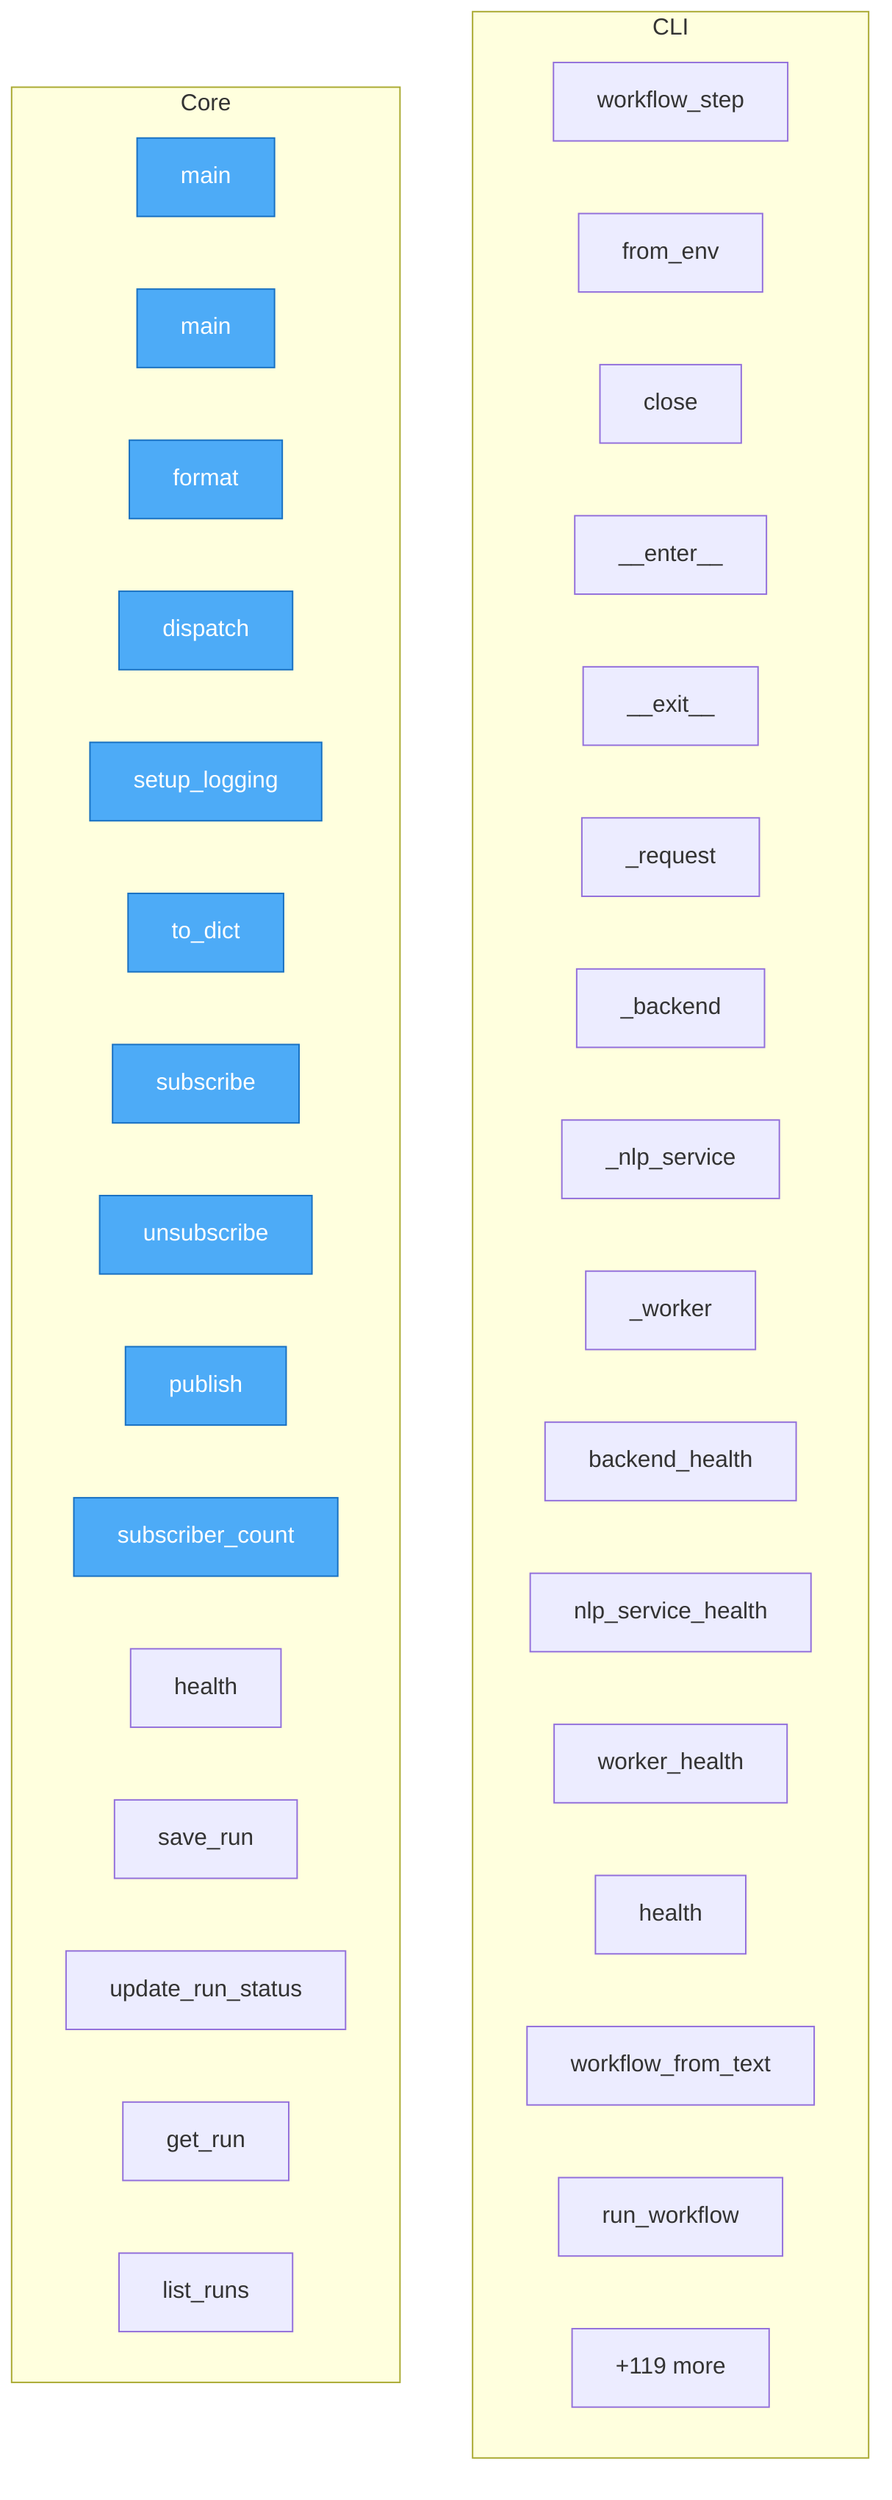
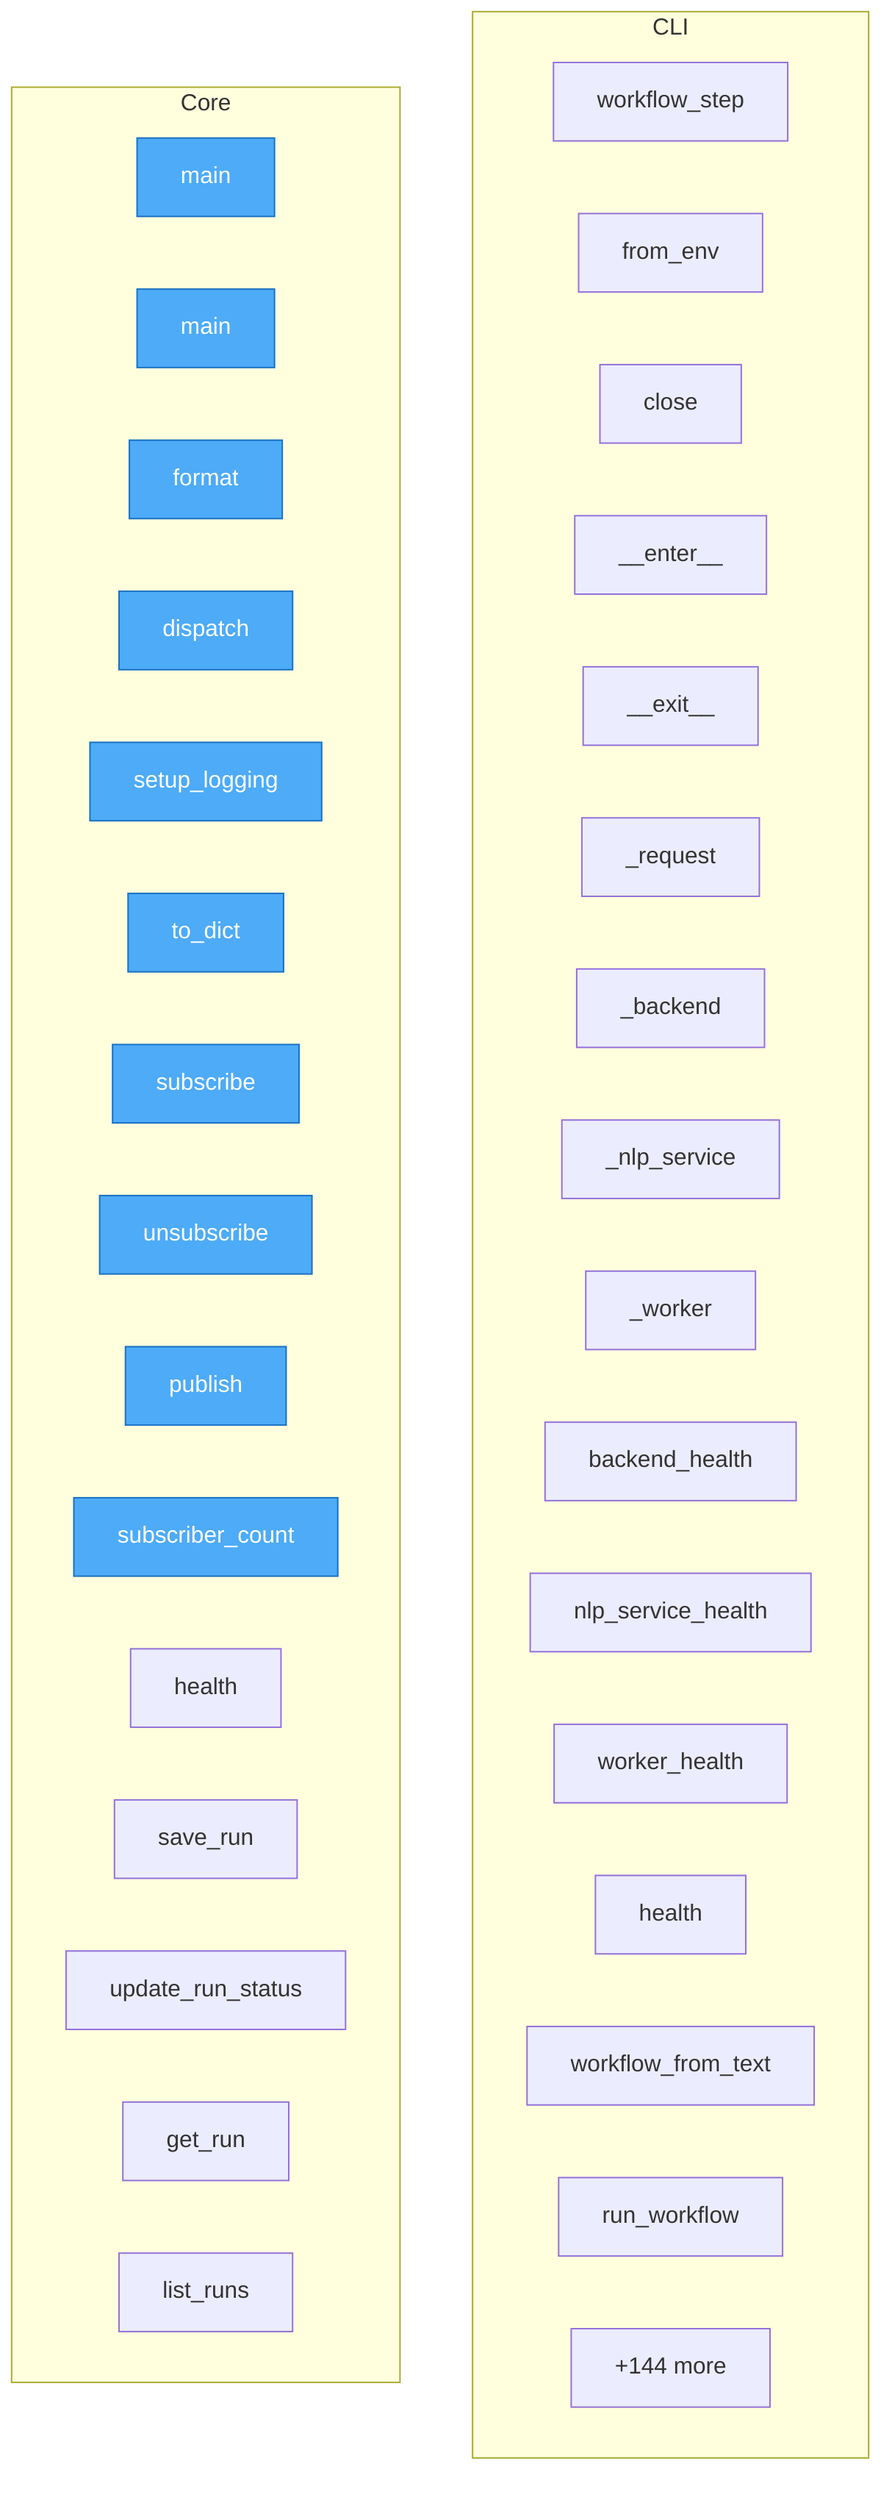
flowchart TD
- %% generated in 0.01s
+ %% generated in 0.03s

    %% Entry points (blue)
    classDef entry fill:#4dabf7,stroke:#1971c2,color:#fff

    subgraph CLI
        nlp2dsl_sdk__client__workflow_step["workflow_step"]
        nlp2dsl_sdk__client__NLP2DSLClient__from_env["from_env"]
        nlp2dsl_sdk__client__NLP2DSLClient__close["close"]
        nlp2dsl_sdk__client__NLP2DSLClient____enter__["__enter__"]
        nlp2dsl_sdk__client__NLP2DSLClient____exit__["__exit__"]
        nlp2dsl_sdk__client__NLP2DSLClient___request["_request"]
        nlp2dsl_sdk__client__NLP2DSLClient___backend["_backend"]
        nlp2dsl_sdk__client__NLP2DSLClient___nlp_service["_nlp_service"]
        nlp2dsl_sdk__client__NLP2DSLClient___worker["_worker"]
        nlp2dsl_sdk__client__NLP2DSLClient__backend_health["backend_health"]
        nlp2dsl_sdk__client__NLP2DSLClient__nlp_service_health["nlp_service_health"]
        nlp2dsl_sdk__client__NLP2DSLClient__worker_health["worker_health"]
        nlp2dsl_sdk__client__NLP2DSLClient__health["health"]
        nlp2dsl_sdk__client__NLP2DSLClient__workflow_from_text["workflow_from_text"]
        nlp2dsl_sdk__client__NLP2DSLClient__run_workflow["run_workflow"]
        ...["+34 more"]
    end

    subgraph Core
        tauri_wrapper__src_tauri__build__main["main"]
        tauri_wrapper__src_tauri__src__main__main["main"]
        backend__app__logging_setup__JSONFormatter__format["format"]
        backend__app__logging_setup__RequestIDMiddleware__dispatch["dispatch"]
        backend__app__logging_setup__setup_logging["setup_logging"]
        backend__app__workflow_events__WorkflowEvent__to_dict["to_dict"]
        backend__app__workflow_events__WorkflowEventHub__subscribe["subscribe"]
        backend__app__workflow_events__WorkflowEventHub__unsubscribe["unsubscribe"]
        backend__app__workflow_events__WorkflowEventHub__publish["publish"]
        backend__app__workflow_events__WorkflowEventHub__subscriber_count["subscriber_count"]
        backend__app__main__health["health"]
        backend__app__db__memory__MemoryWorkflowRepo__save_run["save_run"]
        backend__app__db__memory__MemoryWorkflowRepo__update_run_status["update_run_status"]
        backend__app__db__memory__MemoryWorkflowRepo__get_run["get_run"]
        backend__app__db__memory__MemoryWorkflowRepo__list_runs["list_runs"]
-         ...["+119 more"]
+         ...["+144 more"]
    end

    class tauri_wrapper__src_tauri__build__main,tauri_wrapper__src_tauri__src__main__main,backend__app__logging_setup__JSONFormatter__format,backend__app__logging_setup__RequestIDMiddleware__dispatch,backend__app__logging_setup__setup_logging,backend__app__workflow_events__WorkflowEvent__to_dict,backend__app__workflow_events__WorkflowEventHub__subscribe,backend__app__workflow_events__WorkflowEventHub__unsubscribe,backend__app__workflow_events__WorkflowEventHub__publish,backend__app__workflow_events__WorkflowEventHub__subscriber_count entry
